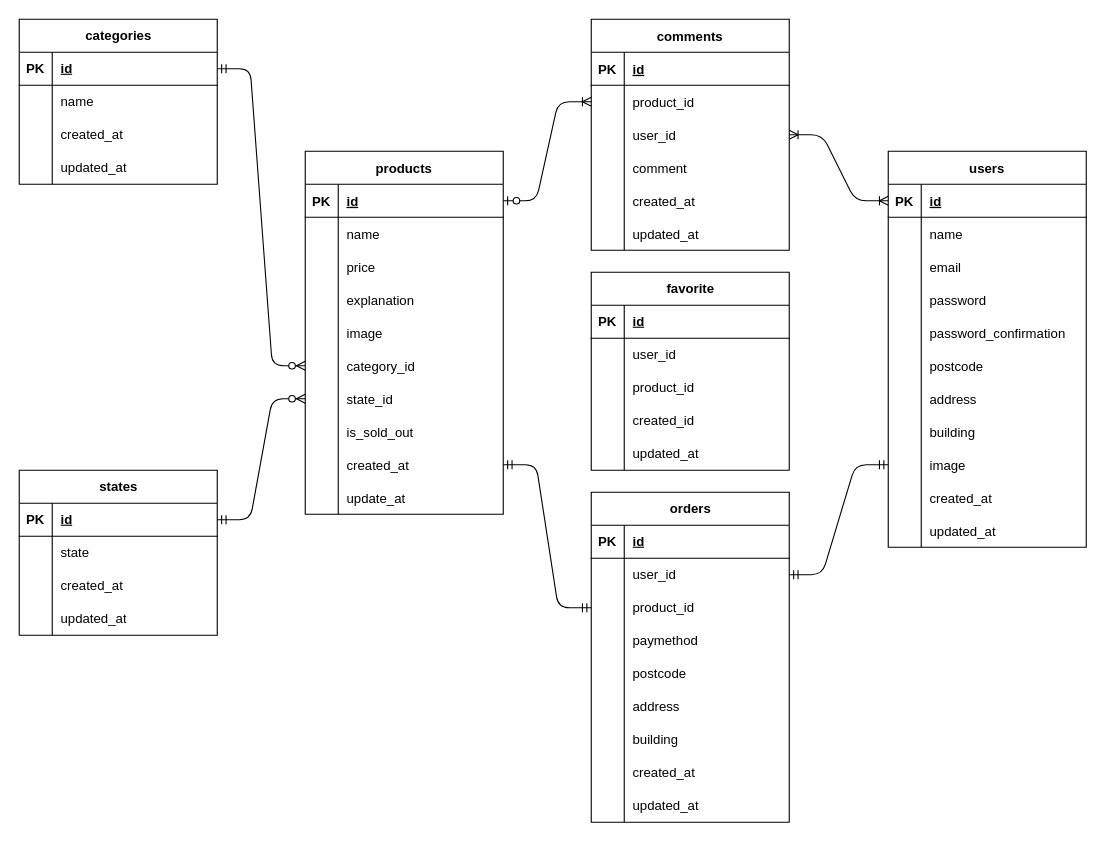
Before: src/.dio in ykaho929/Test-Fleamarket, a draw.io diagram. Source tidied: cells renumbered, new cells numbered last; positions are measured from the earlier drawing's top-left corner, leaving out a move shared by most shapes. Both pictures are drawn from the tidied source at 110%, with x=0, y=0 at pixel (19, 19).
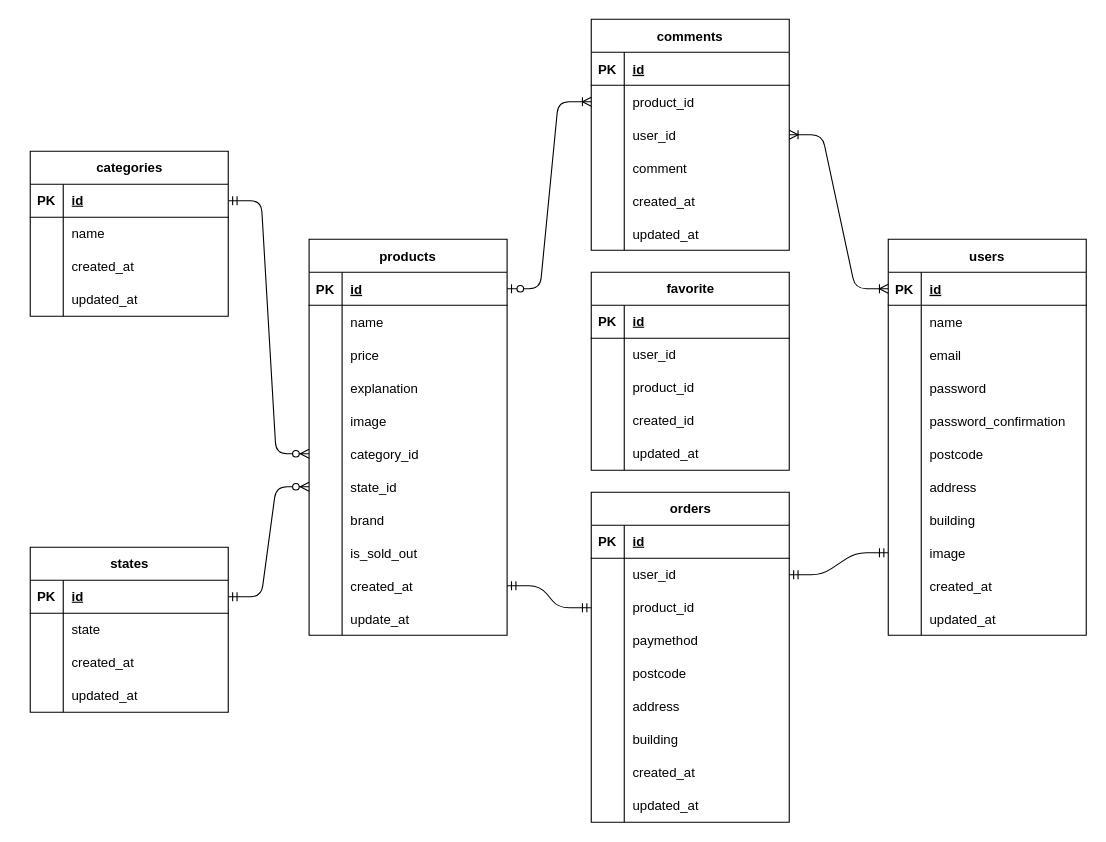
Above is the later version.

The edit, as a diff of the source:
```diff
@@
     <mxCell id="2" value="products" style="shape=table;startSize=30;childLayout=tableLayout;rowLines=0;fontStyle=1;align=center;" parent="1" vertex="1">
-      <mxGeometry x="260" y="120" width="180" height="330" as="geometry" />
+      <mxGeometry x="263.5" y="200" width="180" height="360" as="geometry" />
     </mxCell>
@@
+    <mxCell id="162" style="shape=tableRow;horizontal=0;startSize=0;swimlaneHead=0;swimlaneBody=0;fillColor=none;top=0;left=0;right=0;bottom=0;" parent="2" vertex="1">
+      <mxGeometry y="240" width="180" height="30" as="geometry" />
+    </mxCell>
+    <mxCell id="163" style="shape=partialRectangle;fillColor=none;top=0;left=0;bottom=0;right=0;overflow=hidden;" parent="162" vertex="1">
+      <mxGeometry width="30" height="30" as="geometry" />
+    </mxCell>
+    <mxCell id="164" value="brand" style="shape=partialRectangle;fillColor=none;top=0;left=0;bottom=0;right=0;align=left;spacingLeft=6;overflow=hidden;" parent="162" vertex="1">
+      <mxGeometry x="30" width="150" height="30" as="geometry" />
+    </mxCell>
     <mxCell id="24" style="shape=tableRow;horizontal=0;startSize=0;swimlaneHead=0;swimlaneBody=0;fillColor=none;top=0;left=0;right=0;bottom=0;" parent="2" vertex="1">
-      <mxGeometry y="240" width="180" height="30" as="geometry" />
+      <mxGeometry y="270" width="180" height="30" as="geometry" />
     </mxCell>
@@
     <mxCell id="27" style="shape=tableRow;horizontal=0;startSize=0;swimlaneHead=0;swimlaneBody=0;fillColor=none;points=[[0,0.5],[1,0.5]];portConstraint=eastwest;top=0;left=0;right=0;bottom=0;" parent="2" vertex="1">
-      <mxGeometry y="270" width="180" height="30" as="geometry" />
+      <mxGeometry y="300" width="180" height="30" as="geometry" />
     </mxCell>
@@
     <mxCell id="30" style="shape=tableRow;horizontal=0;startSize=0;swimlaneHead=0;swimlaneBody=0;fillColor=none;top=0;left=0;right=0;bottom=0;" parent="2" vertex="1">
-      <mxGeometry y="300" width="180" height="30" as="geometry" />
+      <mxGeometry y="330" width="180" height="30" as="geometry" />
     </mxCell>
@@
     <mxCell id="52" value="categories" style="shape=table;startSize=30;childLayout=tableLayout;rowLines=0;fontStyle=1;align=center;html=1;" parent="1" vertex="1">
-      <mxGeometry width="180" height="150" as="geometry" />
+      <mxGeometry x="10" y="120" width="180" height="150" as="geometry" />
     </mxCell>
@@
     <mxCell id="65" value="states" style="shape=table;startSize=30;childLayout=tableLayout;rowLines=0;fontStyle=1;align=center;html=1;" parent="1" vertex="1">
-      <mxGeometry y="410" width="180" height="150" as="geometry" />
+      <mxGeometry x="10" y="480" width="180" height="150" as="geometry" />
     </mxCell>
@@
     <mxCell id="78" value="users" style="shape=table;startSize=30;childLayout=tableLayout;rowLines=0;fontStyle=1;align=center;" parent="1" vertex="1">
-      <mxGeometry x="790" y="120" width="180" height="360" as="geometry" />
+      <mxGeometry x="790" y="200" width="180" height="360" as="geometry" />
     </mxCell>
```
